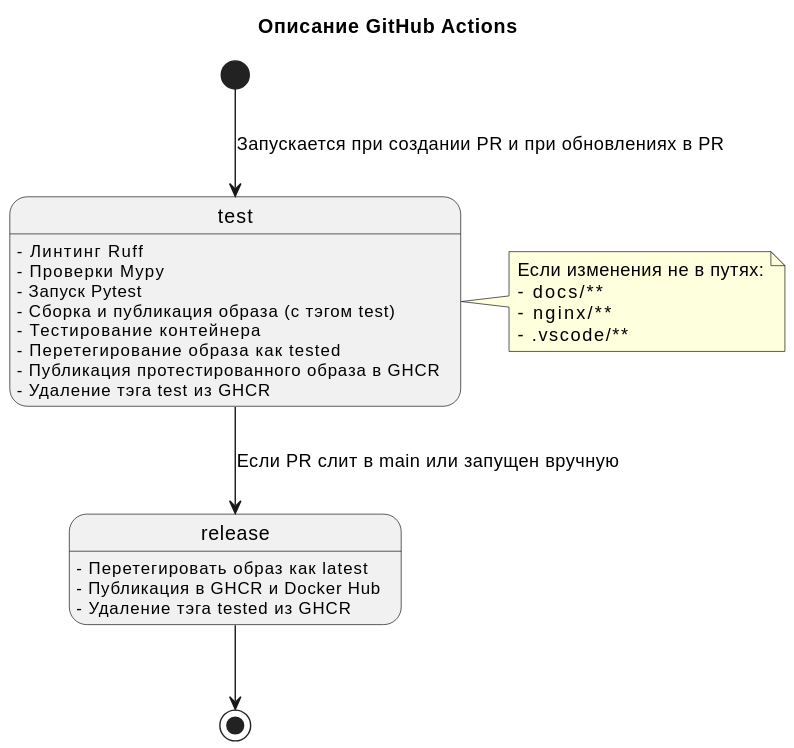
Before: docs/diagrams/out/actions/actions.svg, a diagram exported from PlantUML (mikhpo/personal-website).
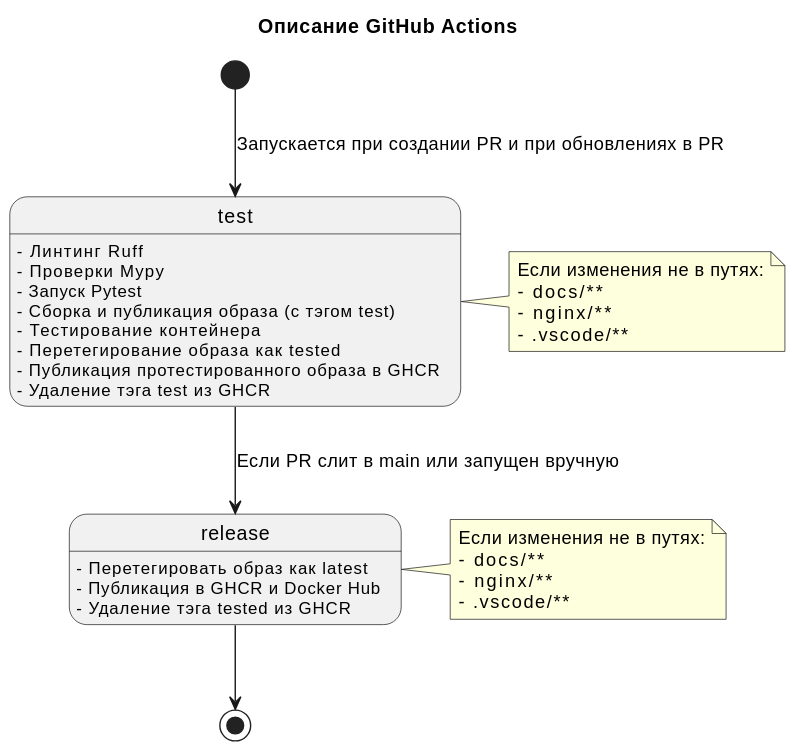
The same file after the commit.

Change to the diagram source:
```diff
@@ -26,4 +26,11 @@
   - nginx/**
   - .vscode/**
 end note
+
+note right of release
+  Если изменения не в путях:
+  - docs/**
+  - nginx/**
+  - .vscode/**
+end note
 @enduml
```
